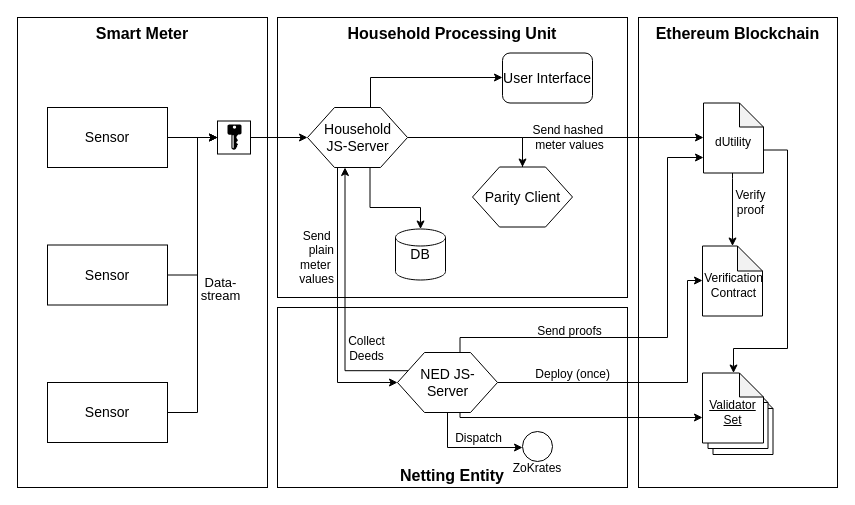
This is documentation/architecture.drawio from JacobEberhardt/decentralized-energy-trading, a draw.io file, before an edit. Source tidied: cells renumbered, new cells numbered last; positions are measured from the earlier drawing's top-left corner, leaving out a move shared by most shapes. Both pictures are drawn from the tidied source at 100%, with x=0, y=0 at pixel (17, 17).
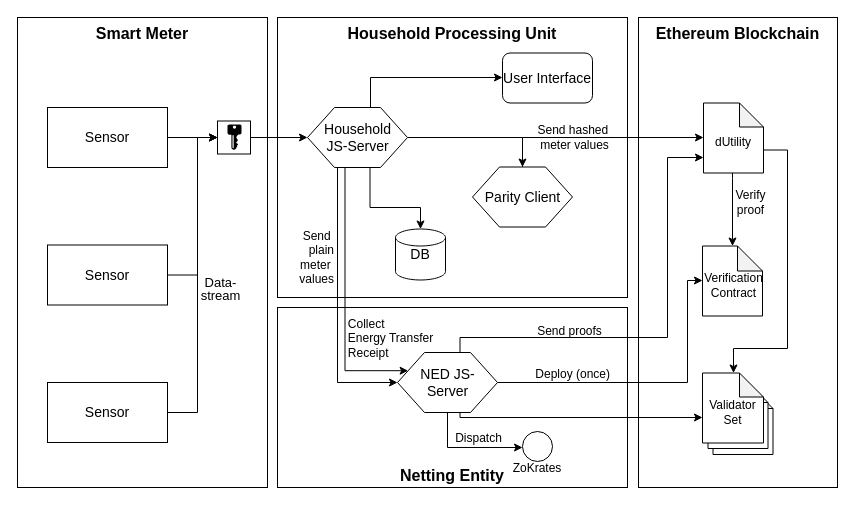
After the change.

The change refers to these unchanged cells:
```xml
<mxCell id="11" style="edgeStyle=orthogonalEdgeStyle;rounded=0;jettySize=auto;html=1;fontSize=12;" parent="1" edge="1" source="42" target="25">
  <mxGeometry relative="1" as="geometry">
    <Array as="points">
      <mxPoint x="505" y="120" />
    </Array>
  </mxGeometry>
</mxCell>
<mxCell id="16" value="Household&lt;br style=&quot;font-size: 14px;&quot;&gt;JS-Server" style="verticalLabelPosition=middle;verticalAlign=middle;strokeWidth=1;shape=hexagon;perimeter=hexagonPerimeter2;arcSize=6;size=0.27;labelPosition=center;align=center;html=1;fontSize=14;" parent="1" vertex="1">
  <mxGeometry x="290" y="90" width="100" height="60" as="geometry" />
</mxCell>
<mxCell id="39" value="NED JS-&lt;br&gt;Server" style="verticalLabelPosition=middle;verticalAlign=middle;strokeWidth=1;shape=hexagon;perimeter=hexagonPerimeter2;arcSize=6;size=0.27;labelPosition=center;align=center;html=1;fontSize=14;" parent="1" vertex="1">
  <mxGeometry x="380" y="335" width="100" height="60" as="geometry" />
</mxCell>
```

Diff of the diagram source:
```diff
@@
     <mxCell id="12" value="Send hashed&amp;nbsp;&lt;br&gt;meter values&lt;br&gt;" style="text;html=1;align=center;verticalAlign=middle;labelBackgroundColor=none;" parent="11" vertex="1">
       <mxGeometry x="-0.42" y="-1" relative="1" as="geometry">
-        <mxPoint x="14.5" y="-1.5" as="offset" />
+        <mxPoint x="19.5" y="-1.5" as="offset" />
       </mxGeometry>
     </mxCell>
@@
-    <mxCell id="37" style="edgeStyle=orthogonalEdgeStyle;rounded=0;jettySize=auto;html=1;exitX=0;exitY=0.25;exitDx=0;exitDy=0;entryX=0.375;entryY=1;entryDx=0;entryDy=0;" parent="1" edge="1" source="39" target="16">
+    <mxCell id="37" style="edgeStyle=orthogonalEdgeStyle;rounded=0;jettySize=auto;html=1;exitX=0;exitY=0.25;exitDx=0;exitDy=0;entryX=0.375;entryY=1;entryDx=0;entryDy=0;startArrow=classic;startFill=1;endArrow=none;endFill=0;" parent="1" edge="1" source="39" target="16">
       <mxGeometry relative="1" as="geometry">
         <Array as="points">
           <mxPoint x="328" y="353" />
         </Array>
       </mxGeometry>
     </mxCell>
-    <mxCell id="38" value="Collect&lt;br&gt;Deeds&lt;br&gt;" style="text;html=1;align=center;verticalAlign=middle;labelBackgroundColor=none;" parent="37" vertex="1">
+    <mxCell id="38" value="&lt;div align=&quot;left&quot;&gt;Collect&lt;br&gt;Energy Transfer&lt;br&gt;Receipt&lt;br&gt;&lt;/div&gt;" style="text;html=1;align=center;verticalAlign=middle;labelBackgroundColor=none;" parent="37" vertex="1">
       <mxGeometry x="-0.62" y="-2" relative="1" as="geometry">
-        <mxPoint x="8.5" y="-20.5" as="offset" />
+        <mxPoint x="32.5" y="-30.5" as="offset" />
       </mxGeometry>
     </mxCell>
@@
-    <mxCell id="43" value="Validator Set&lt;br&gt;" style="shape=note;html=1;backgroundOutline=1;darkOpacity=0.05;whiteSpace=wrap;rotation=0;labelPosition=center;verticalLabelPosition=middle;align=center;verticalAlign=middle;spacingTop=9;size=24;fontStyle=4;" parent="1" vertex="1">
+    <mxCell id="43" value="Validator&lt;br&gt;Set&lt;br&gt;" style="shape=note;html=1;backgroundOutline=1;darkOpacity=0.05;whiteSpace=wrap;rotation=0;labelPosition=center;verticalLabelPosition=middle;align=center;verticalAlign=middle;spacingTop=9;size=24;fontStyle=0;" parent="1" vertex="1">
       <mxGeometry x="685" y="355.5" width="61" height="70" as="geometry" />
     </mxCell>
```
